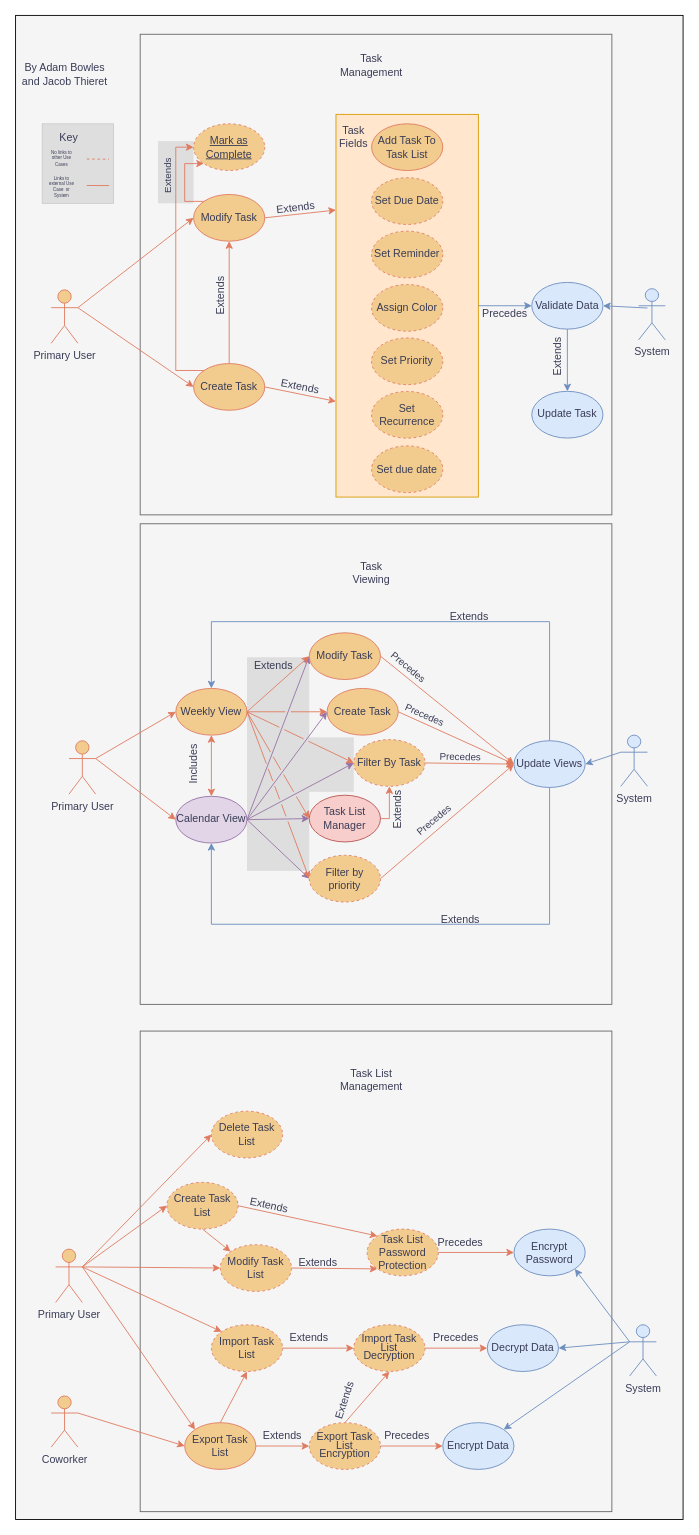
Earlier version of the draw.io diagram PD2/Use Case Diagram[editable].drawio (duhBlu/CS445-Project-Files). Source tidied: cells renumbered, new cells numbered last; positions are measured from the earlier drawing's top-left corner, leaving out a move shared by most shapes. Both pictures are drawn from the tidied source at 89%, with x=0, y=0 at pixel (15, 15).
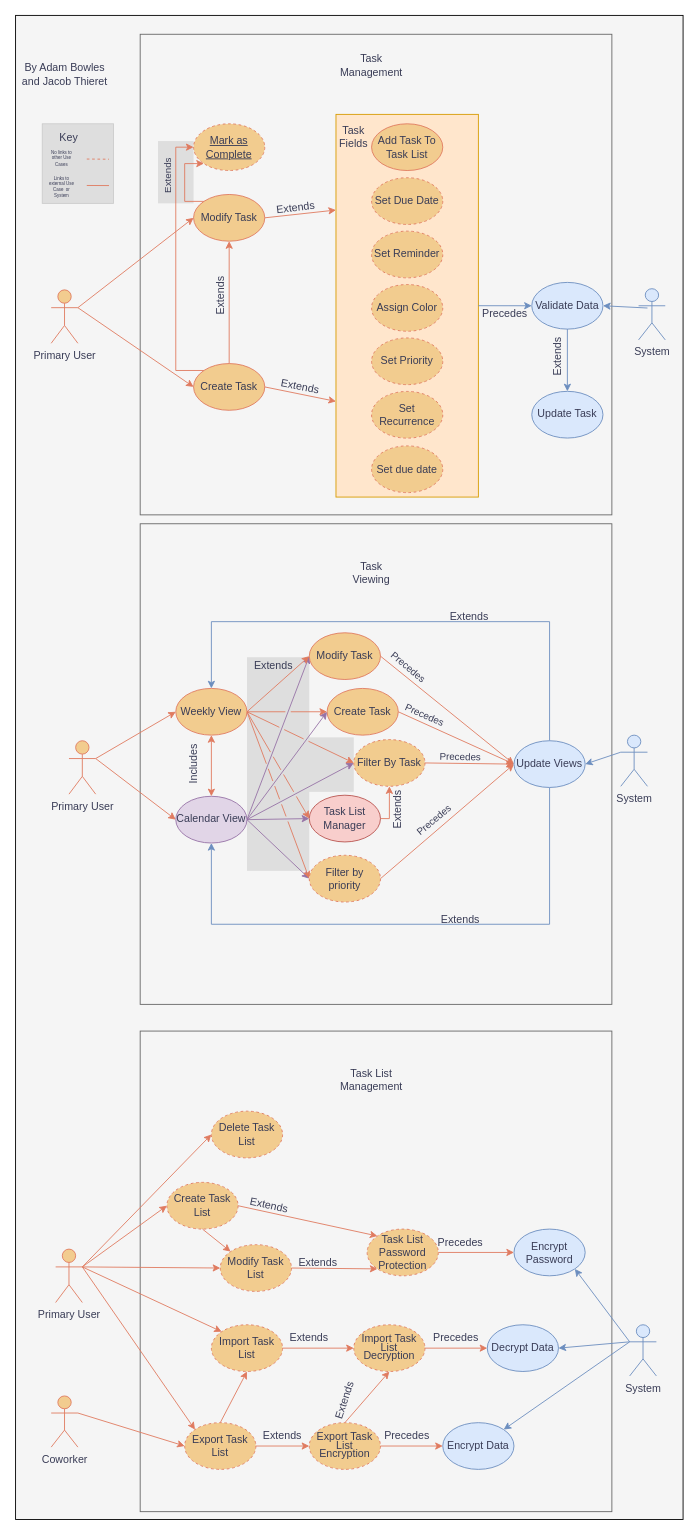
After the change.

Commit message (it also covers changes not shown here):
Added class diagram

What changed in the source:
```diff
@@
-    <mxCell id="71" value="Export Task List" style="ellipse;whiteSpace=wrap;html=1;strokeColor=#E07A5F;fontColor=#393C56;fillColor=#F2CC8F;" parent="1" vertex="1">
+    <mxCell id="71" value="Export Task List" style="ellipse;whiteSpace=wrap;html=1;strokeColor=#E07A5F;fontColor=#393C56;fillColor=#F2CC8F;dashed=1;" parent="1" vertex="1">
       <mxGeometry x="190" y="1581" width="80" height="52.5" as="geometry" />
     </mxCell>
```
